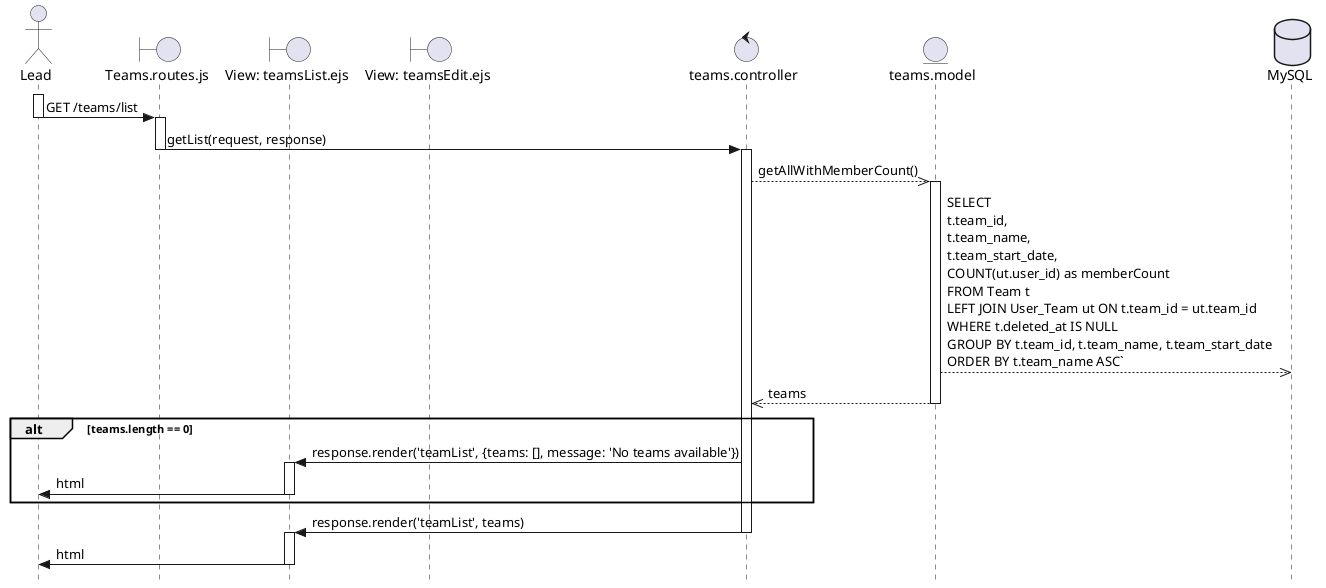
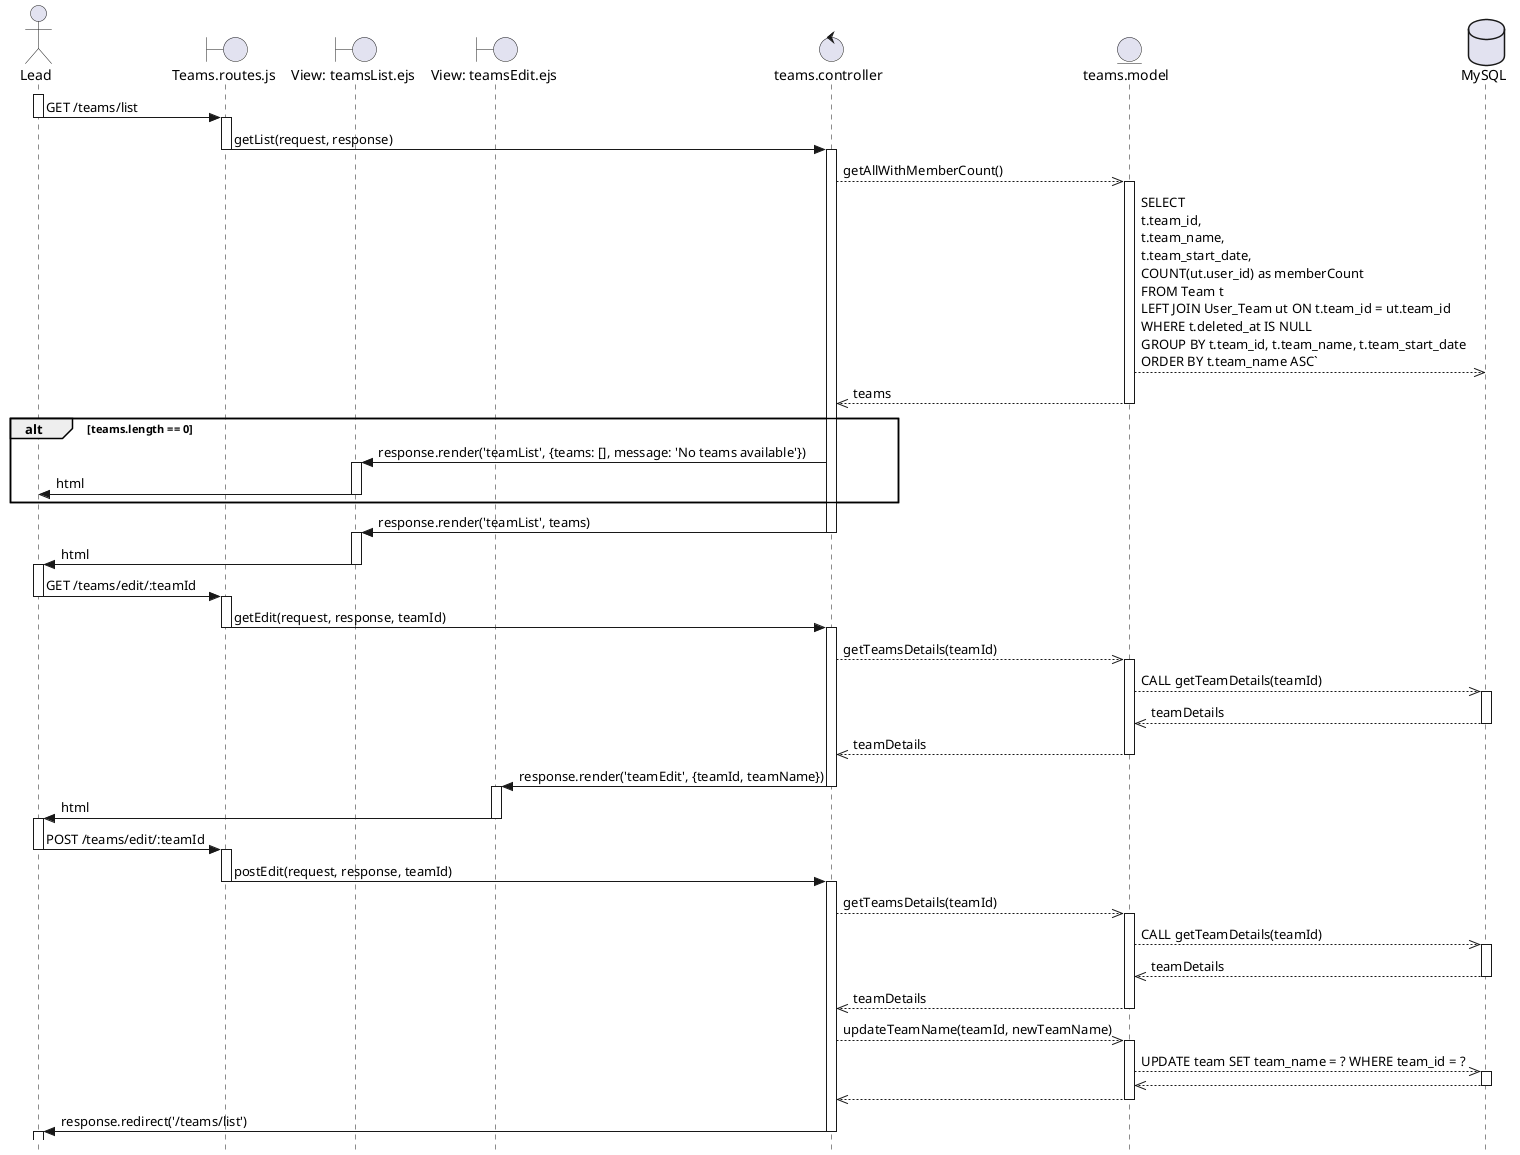
- @startuml "Modify team NOT DONE"
+ @startuml "Modify team"
skinparam style strictuml

actor Lead as U
boundary "Teams.routes.js" as RO
boundary "View: teamsList.ejs" as VL
boundary "View: teamsEdit.ejs" as VE
control "teams.controller" as C
entity "teams.model" as TM
database "MySQL" as BD

' Section about getting a list of teams '
activate U
U -> RO : GET /teams/list
deactivate U

activate RO
RO -> C : getList(request, response)
deactivate RO

activate C
C -->> TM : getAllWithMemberCount()
activate TM
TM -->> BD : SELECT \nt.team_id, \nt.team_name, \nt.team_start_date, \nCOUNT(ut.user_id) as memberCount \nFROM Team t \nLEFT JOIN User_Team ut ON t.team_id = ut.team_id \nWHERE t.deleted_at IS NULL \nGROUP BY t.team_id, t.team_name, t.team_start_date \nORDER BY t.team_name ASC`

deactivate BD
TM -->> C : teams
deactivate TM

alt teams.length == 0
C -> VL : response.render('teamList', {teams: [], message: 'No teams available'})
- 
activate VL
VL -> U : html
deactivate VL
end

C -> VL : response.render('teamList', teams)
deactivate C
- 
activate VL
VL -> U : html
deactivate VL
+ 
+ ' Section about getting a team name for edit '
+ activate U
+ U -> RO : GET /teams/edit/:teamId
+ deactivate U
+ 
+ activate RO
+ RO -> C : getEdit(request, response, teamId)
+ deactivate RO
+ 
+ activate C
+ C -->> TM : getTeamsDetails(teamId)
+ activate TM
+ TM -->> BD : CALL getTeamDetails(teamId)
+ activate BD
+ BD -->> TM : teamDetails
+ deactivate BD
+ TM -->> C : teamDetails
+ deactivate TM
+ 
+ C -> VE : response.render('teamEdit', {teamId, teamName})
+ deactivate C
+ activate VE
+ VE -> U : html
+ deactivate VE
+ 
+ ' Section about posting team changes '
+ activate U
+ U -> RO : POST /teams/edit/:teamId
+ deactivate U
+ 
+ activate RO
+ RO -> C : postEdit(request, response, teamId)
+ deactivate RO
+ 
+ activate C
+ C -->> TM : getTeamsDetails(teamId)
+ activate TM
+ TM -->> BD : CALL getTeamDetails(teamId)
+ activate BD
+ BD -->> TM : teamDetails
+ deactivate BD
+ TM -->> C : teamDetails
+ deactivate TM
+ 
+ C -->> TM : updateTeamName(teamId, newTeamName)
+ activate TM
+ TM -->> BD : UPDATE team SET team_name = ? WHERE team_id = ?
+ activate BD
+ BD -->> TM :
+ deactivate BD
+ TM -->> C :
+ deactivate TM
+ 
+ 
+ C -> U : response.redirect('/teams/list')
+ deactivate C
+ activate U
+ @enduml
